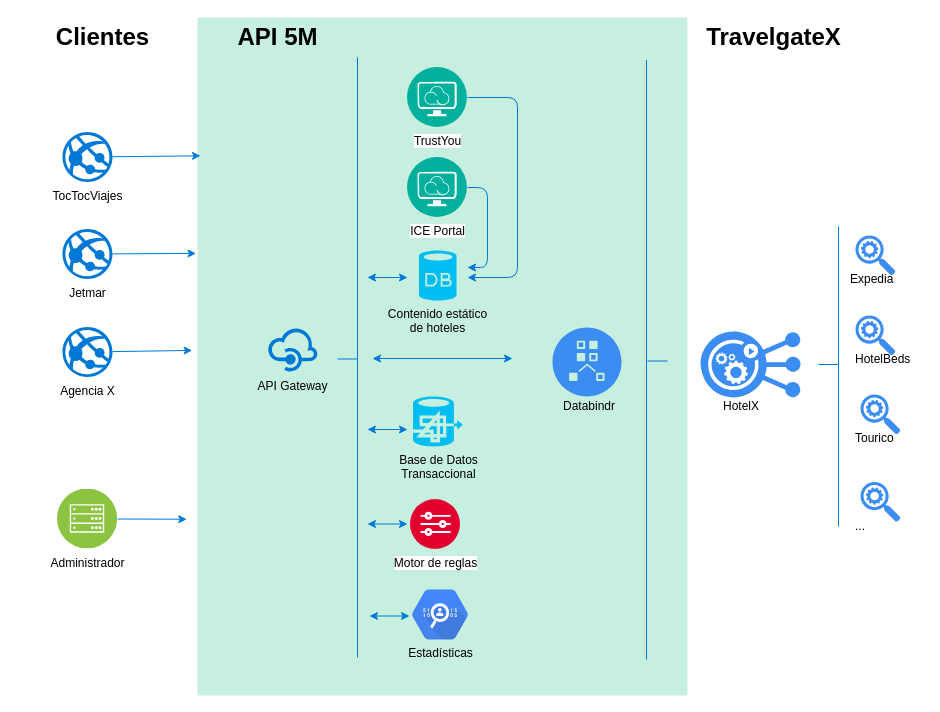
The draw.io diagram page "Page-1" (1 of 2) of Untitled Diagram.drawio in nan3co/crypto-twitter-bot, before the edit. Source tidied: cells renumbered, new cells numbered last; positions are measured from the earlier drawing's top-left corner, leaving out a move shared by most shapes. Both pictures are drawn from the tidied source at 100%, with x=0, y=0 at pixel (52, 17).
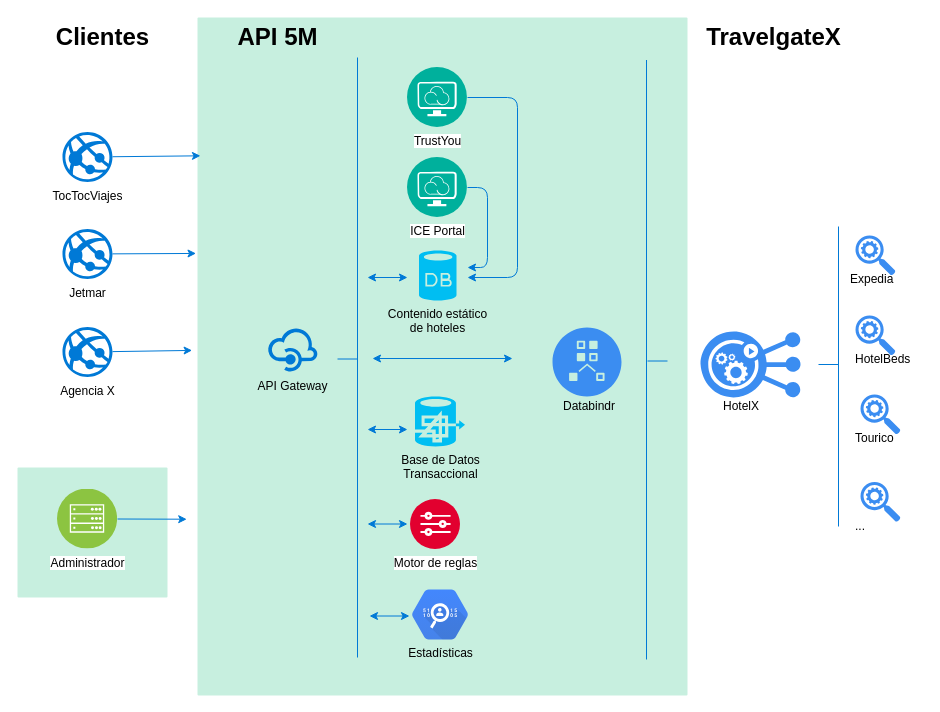
After the change.

Change to the diagram source:
```diff
@@
+    <mxCell id="46" style="rounded=1;absoluteArcSize=1;arcSize=2;html=1;strokeColor=none;gradientColor=none;shadow=0;dashed=0;fontSize=12;fontColor=#9E9E9E;align=left;verticalAlign=top;spacing=10;spacingTop=-4;fillColor=#C7EFDF;" parent="1" vertex="1">
+      <mxGeometry x="-35" y="450" width="150" height="130" as="geometry" />
+    </mxCell>
@@
     <mxCell id="15" value="Base de Datos&lt;br&gt;Transaccional" style="verticalLabelPosition=bottom;html=1;verticalAlign=top;align=center;strokeColor=none;fillColor=#00BEF2;shape=mxgraph.azure.hdinsight;" parent="1" vertex="1">
-      <mxGeometry x="360.5" y="379" width="50" height="50" as="geometry" />
+      <mxGeometry x="362.5" y="379" width="50" height="50" as="geometry" />
     </mxCell>
```
